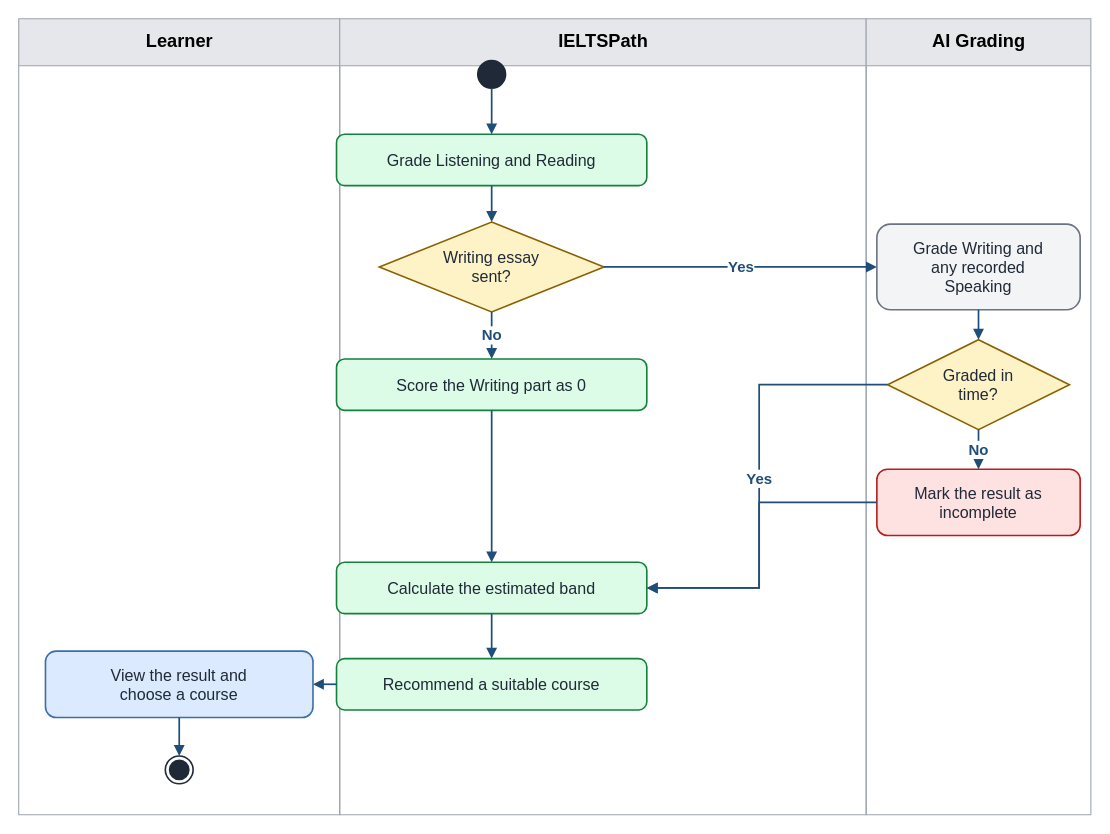
This is docs/rp/diagrams/report-3/business-flows/bf-01b-placement-result.drawio from IeltsPath-Platform/backend, a draw.io file, before an edit. Source tidied: cells renumbered, new cells numbered last; positions are measured from the earlier drawing's top-left corner, leaving out a move shared by most shapes. Both pictures are drawn from the tidied source at 107%, with x=0, y=0 at pixel (18, 18).
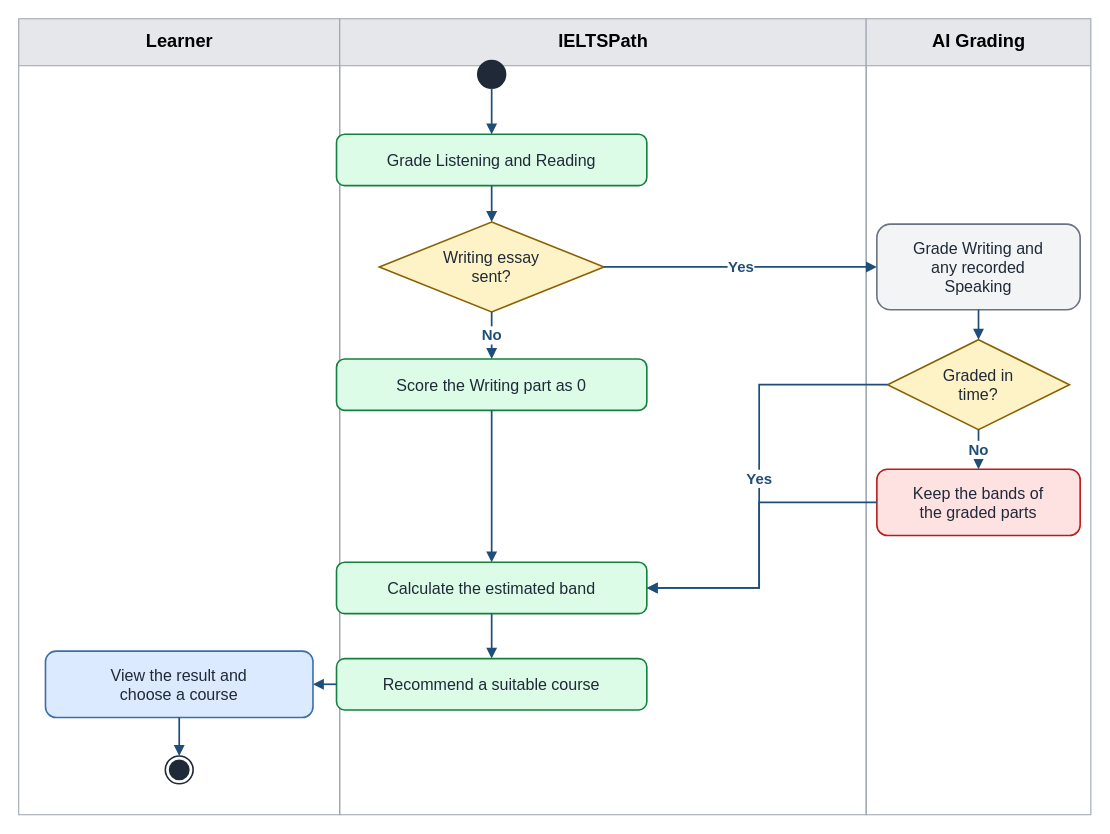
The same page after the edit.

Change to the diagram source:
```diff
@@
-    <mxCell id="11" value="Mark the result as&lt;br&gt;incomplete" style="rounded=1;arcSize=16;whiteSpace=wrap;html=1;fillColor=#fee2e2;strokeColor=#b91c1c;strokeWidth=1.5;fontSize=15;fontColor=#1f2937;" parent="1" vertex="1">
+    <mxCell id="11" value="Keep the bands of&lt;br&gt;the graded parts" style="rounded=1;arcSize=16;whiteSpace=wrap;html=1;fillColor=#fee2e2;strokeColor=#b91c1c;strokeWidth=1.5;fontSize=15;fontColor=#1f2937;" parent="1" vertex="1">
       <mxGeometry x="802" y="421" width="190" height="62" as="geometry" />
     </mxCell>
```
